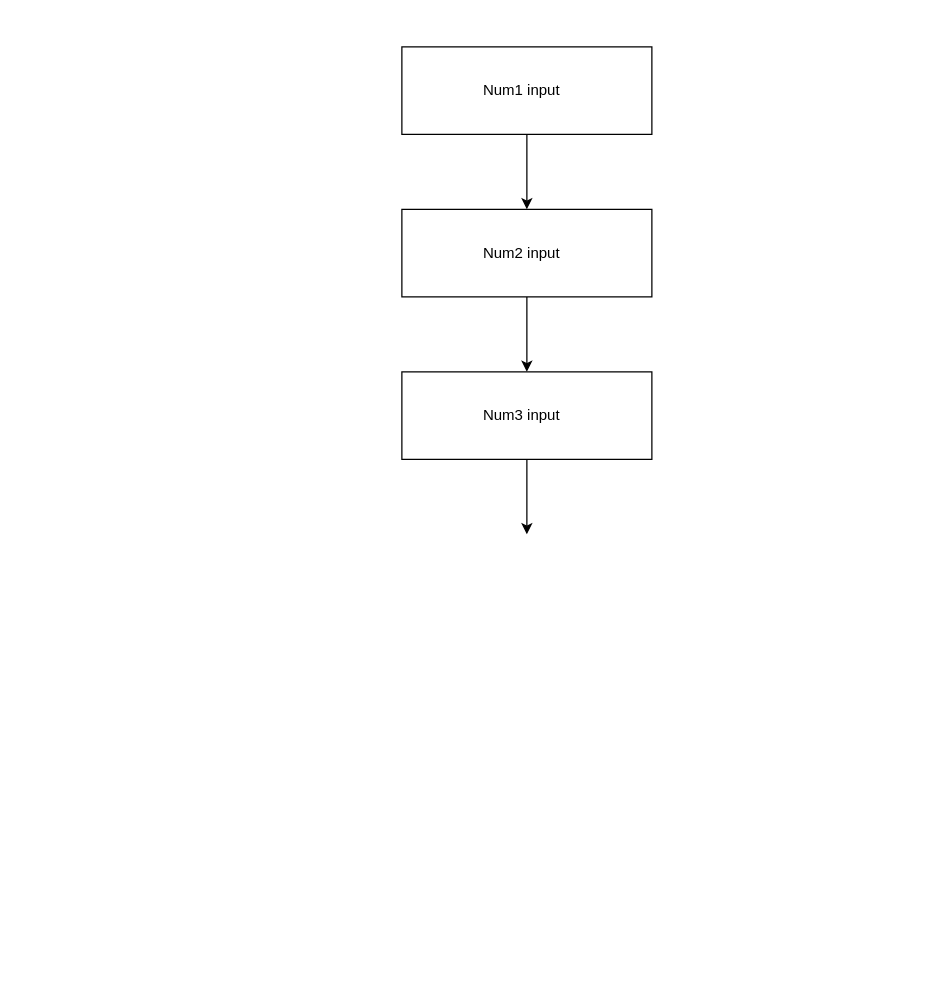
DarrenRohan/CS122-DarrensBizarreAdventure keeps this draw.io diagram as Untitled Diagram.drawio. Above is the earlier version. Source tidied: cells renumbered, new cells numbered last; positions are measured from the earlier drawing's top-left corner, leaving out a move shared by most shapes. Both pictures are drawn from the tidied source at 125%, with x=0, y=0 at pixel (401, 46).
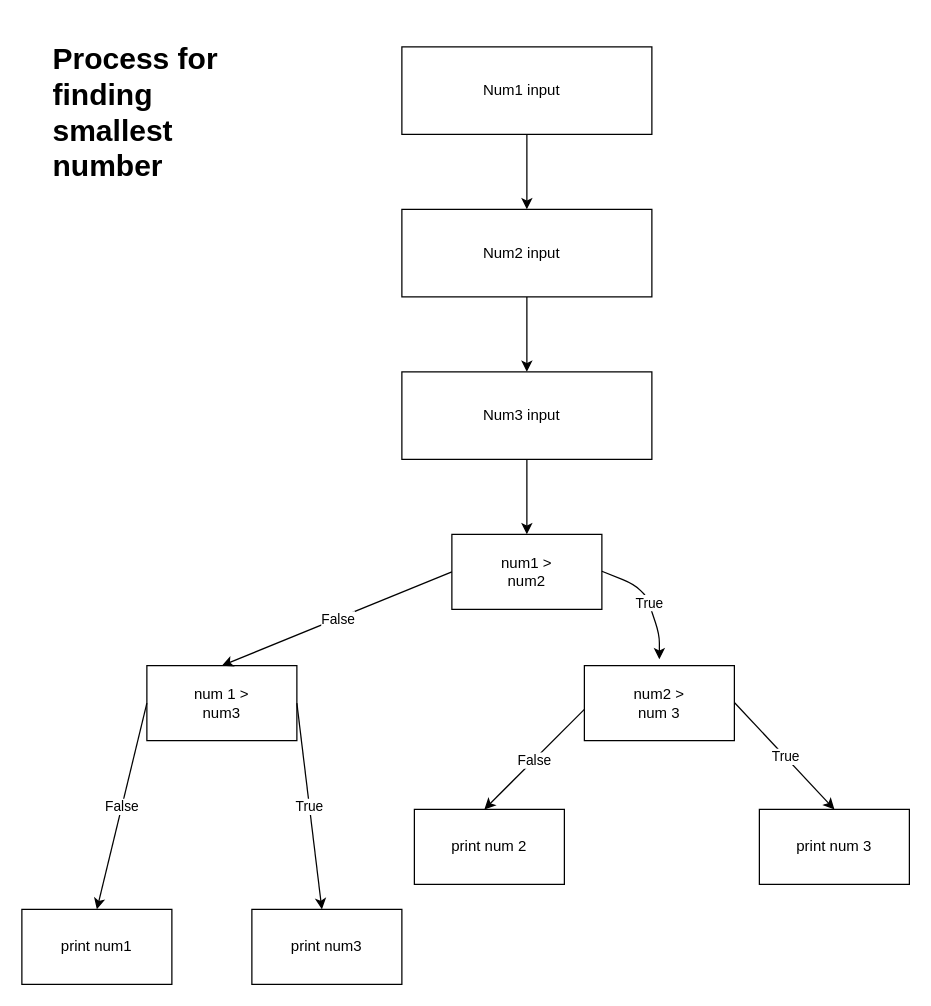
The same diagram, later.

Commit message:
Finished diagram

Change to the diagram source:
```diff
@@
+    <mxCell id="11" style="rounded=0;whiteSpace=wrap;html=1;" parent="1" vertex="1">
+      <mxGeometry x="40" y="390" width="120" height="60" as="geometry" />
+    </mxCell>
+    <mxCell id="12" value="num1 &amp;gt; num2" style="text;strokeColor=none;align=center;fillColor=none;html=1;verticalAlign=middle;whiteSpace=wrap;rounded=0;" parent="1" vertex="1">
+      <mxGeometry x="70" y="405" width="60" height="30" as="geometry" />
+    </mxCell>
+    <mxCell id="13" style="endArrow=classic;html=1;" parent="1" edge="1">
+      <mxGeometry relative="1" as="geometry">
+        <mxPoint x="160" y="419.5" as="sourcePoint" />
+        <mxPoint x="206" y="490" as="targetPoint" />
+        <Array as="points">
+          <mxPoint x="186" y="430" />
+          <mxPoint x="196" y="440" />
+          <mxPoint x="206" y="470" />
+        </Array>
+      </mxGeometry>
+    </mxCell>
+    <mxCell id="14" value="True" style="edgeLabel;html=1;align=center;verticalAlign=middle;" parent="13" vertex="1">
+      <mxGeometry relative="1" as="geometry" />
+    </mxCell>
+    <mxCell id="15" style="rounded=0;whiteSpace=wrap;html=1;" parent="1" vertex="1">
+      <mxGeometry x="146" y="495" width="120" height="60" as="geometry" />
+    </mxCell>
+    <mxCell id="16" value="num2 &amp;gt; num 3" style="text;strokeColor=none;align=center;fillColor=none;html=1;verticalAlign=middle;whiteSpace=wrap;rounded=0;" parent="1" vertex="1">
+      <mxGeometry x="176" y="510" width="60" height="30" as="geometry" />
+    </mxCell>
+    <mxCell id="17" style="endArrow=classic;html=1;" parent="1" edge="1">
+      <mxGeometry relative="1" as="geometry">
+        <mxPoint x="266" y="524.5" as="sourcePoint" />
+        <mxPoint x="346" y="610" as="targetPoint" />
+      </mxGeometry>
+    </mxCell>
+    <mxCell id="18" value="True" style="edgeLabel;html=1;align=center;verticalAlign=middle;" parent="17" vertex="1">
+      <mxGeometry relative="1" as="geometry" />
+    </mxCell>
+    <mxCell id="19" value="print num 3" style="rounded=0;whiteSpace=wrap;html=1;" parent="1" vertex="1">
+      <mxGeometry x="286" y="610" width="120" height="60" as="geometry" />
+    </mxCell>
+    <mxCell id="20" style="endArrow=classic;html=1;" parent="1" edge="1">
+      <mxGeometry relative="1" as="geometry">
+        <mxPoint x="146" y="530" as="sourcePoint" />
+        <mxPoint x="66" y="610" as="targetPoint" />
+      </mxGeometry>
+    </mxCell>
+    <mxCell id="21" value="False" style="edgeLabel;html=1;align=center;verticalAlign=middle;" parent="20" vertex="1">
+      <mxGeometry relative="1" as="geometry" />
+    </mxCell>
+    <mxCell id="22" value="print num 2" style="rounded=0;whiteSpace=wrap;html=1;" parent="1" vertex="1">
+      <mxGeometry x="10" y="610" width="120" height="60" as="geometry" />
+    </mxCell>
+    <mxCell id="23" style="rounded=0;whiteSpace=wrap;html=1;" parent="1" vertex="1">
+      <mxGeometry x="-204" y="495" width="120" height="60" as="geometry" />
+    </mxCell>
+    <mxCell id="24" style="endArrow=classic;html=1;exitX=0;exitY=0.5;exitDx=0;exitDy=0;entryX=0.5;entryY=0;entryDx=0;entryDy=0;" parent="1" edge="1" source="11" target="23">
+      <mxGeometry relative="1" as="geometry" />
+    </mxCell>
+    <mxCell id="25" value="False" style="edgeLabel;html=1;align=center;verticalAlign=middle;" parent="24" vertex="1">
+      <mxGeometry relative="1" as="geometry" />
+    </mxCell>
+    <mxCell id="26" value="num 1 &amp;gt; num3" style="text;strokeColor=none;align=center;fillColor=none;html=1;verticalAlign=middle;whiteSpace=wrap;rounded=0;" parent="1" vertex="1">
+      <mxGeometry x="-174" y="510" width="60" height="30" as="geometry" />
+    </mxCell>
+    <mxCell id="27" style="endArrow=classic;html=1;exitX=1;exitY=0.5;exitDx=0;exitDy=0;" parent="1" edge="1" source="23">
+      <mxGeometry relative="1" as="geometry">
+        <mxPoint x="-64" y="690" as="targetPoint" />
+      </mxGeometry>
+    </mxCell>
+    <mxCell id="28" value="True" style="edgeLabel;html=1;align=center;verticalAlign=middle;" parent="27" vertex="1">
+      <mxGeometry relative="1" as="geometry" />
+    </mxCell>
+    <mxCell id="29" style="rounded=0;whiteSpace=wrap;html=1;" parent="1" vertex="1">
+      <mxGeometry x="-120" y="690" width="120" height="60" as="geometry" />
+    </mxCell>
+    <mxCell id="30" value="print num3" style="text;strokeColor=none;align=center;fillColor=none;html=1;verticalAlign=middle;whiteSpace=wrap;rounded=0;" parent="1" vertex="1">
+      <mxGeometry x="-90" y="705" width="60" height="30" as="geometry" />
+    </mxCell>
+    <mxCell id="31" style="endArrow=classic;html=1;exitX=0;exitY=0.5;exitDx=0;exitDy=0;" parent="1" edge="1" source="23">
+      <mxGeometry relative="1" as="geometry">
+        <mxPoint x="-244" y="690" as="targetPoint" />
+      </mxGeometry>
+    </mxCell>
+    <mxCell id="32" value="False" style="edgeLabel;html=1;align=center;verticalAlign=middle;" parent="31" vertex="1">
+      <mxGeometry relative="1" as="geometry" />
+    </mxCell>
+    <mxCell id="33" style="rounded=0;whiteSpace=wrap;html=1;" parent="1" vertex="1">
+      <mxGeometry x="-304" y="690" width="120" height="60" as="geometry" />
+    </mxCell>
+    <mxCell id="34" value="print num1" style="text;strokeColor=none;align=center;fillColor=none;html=1;verticalAlign=middle;whiteSpace=wrap;rounded=0;" parent="1" vertex="1">
+      <mxGeometry x="-274" y="705" width="60" height="30" as="geometry" />
+    </mxCell>
+    <mxCell id="35" value="&lt;h1&gt;Process for finding smallest number&lt;/h1&gt;" style="text;html=1;strokeColor=none;fillColor=none;spacing=5;spacingTop=-20;whiteSpace=wrap;overflow=hidden;rounded=0;" parent="1" vertex="1">
+      <mxGeometry x="-284" y="-10" width="190" height="120" as="geometry" />
+    </mxCell>
```
